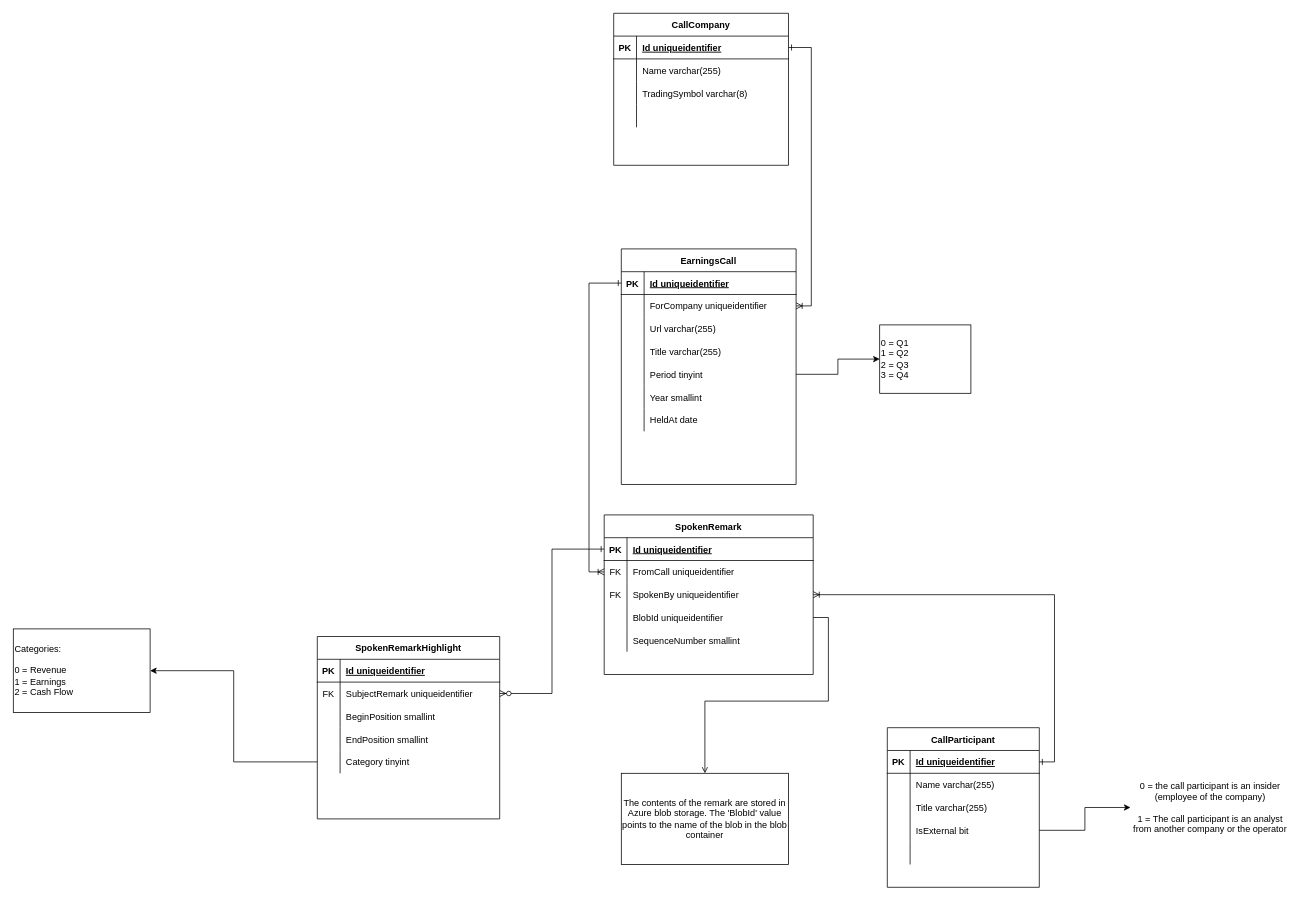
TimHanewich/Aletheia-Engine-Library keeps this draw.io diagram as page "Earnings Calls" (4 of 4) of AletheiaErd.drawio. Above is the earlier version. Source tidied: cells renumbered, new cells numbered last; positions are measured from the earlier drawing's top-left corner, leaving out a move shared by most shapes. Both pictures are drawn from the tidied source at 76%, with x=0, y=0 at pixel (13, 13).
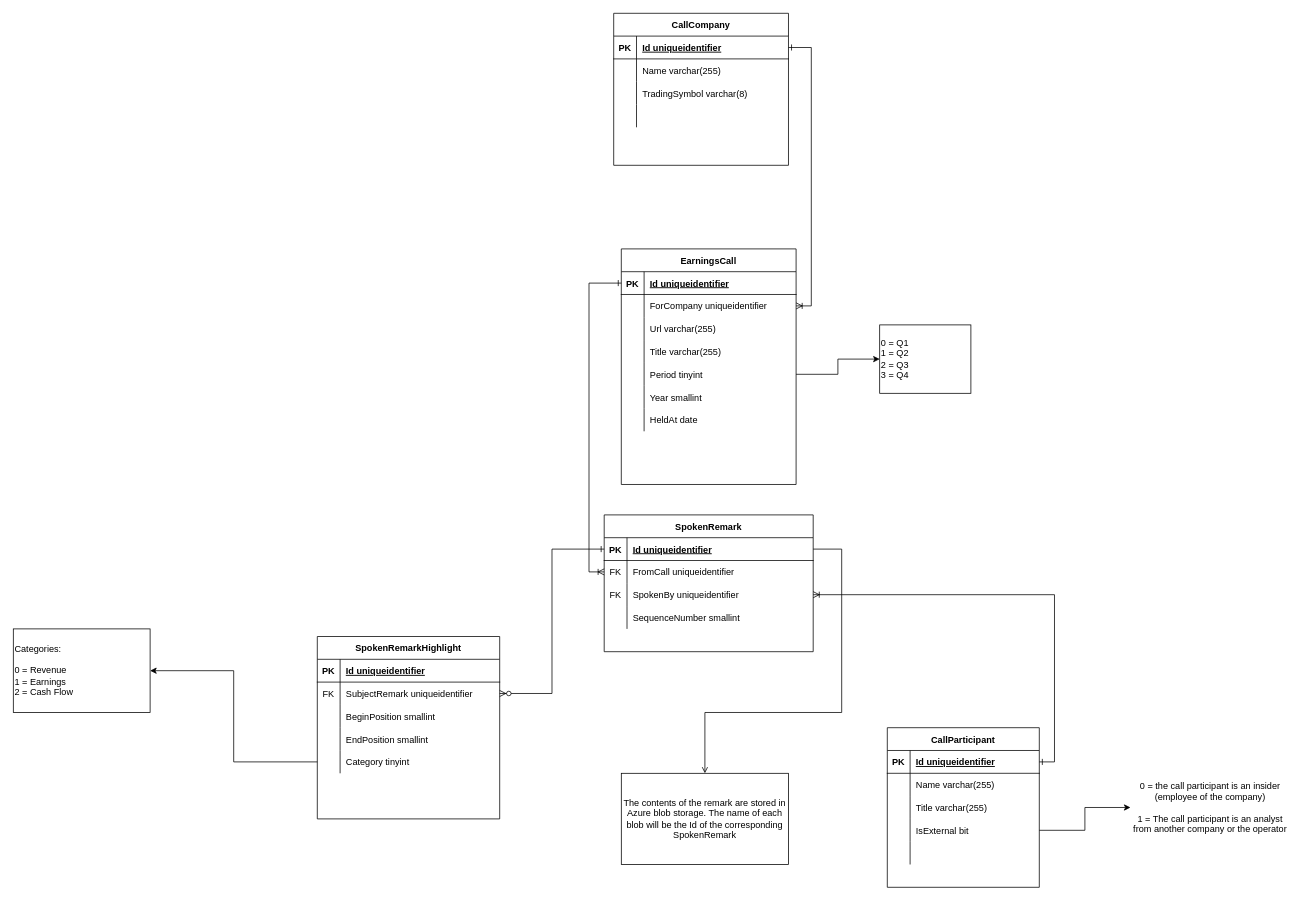
The same diagram, later.

Commit message:
Removed BlobId property from SpokenRemark table

Unchanged cells that the change refers to:
```xml
<mxCell id="54" style="shape=partialRectangle;fillColor=none;top=0;left=0;bottom=1;right=0;points=[[0,0.5],[1,0.5]];portConstraint=eastwest;" parent="53" vertex="1">
  <mxGeometry y="30" width="275" height="30" as="geometry" />
</mxCell>
```

Diff of the diagram source:
```diff
@@
     <mxCell id="53" value="SpokenRemark" style="shape=table;startSize=30;childLayout=tableLayout;rowLines=0;fontStyle=1;align=center;fillColor=none;" parent="1" vertex="1">
-      <mxGeometry x="777.5" y="660" width="275" height="210" as="geometry" />
+      <mxGeometry x="777.5" y="660" width="275" height="180" as="geometry" />
     </mxCell>
@@
-    <mxCell id="63" style="shape=partialRectangle;fillColor=none;top=0;left=0;bottom=0;right=0;points=[[0,0.5],[1,0.5]];portConstraint=eastwest;" parent="53" vertex="1">
-      <mxGeometry y="120" width="275" height="30" as="geometry" />
-    </mxCell>
-    <mxCell id="64" style="shape=partialRectangle;fillColor=none;top=0;left=0;bottom=0;right=0;overflow=hidden;" parent="63" vertex="1">
-      <mxGeometry width="30" height="30" as="geometry" />
-    </mxCell>
-    <mxCell id="65" value="BlobId uniqueidentifier" style="shape=partialRectangle;fillColor=none;top=0;left=0;bottom=0;right=0;align=left;spacingLeft=6;overflow=hidden;" parent="63" vertex="1">
-      <mxGeometry x="30" width="245" height="30" as="geometry" />
-    </mxCell>
     <mxCell id="66" style="shape=partialRectangle;fillColor=none;top=0;left=0;bottom=0;right=0;" parent="53" vertex="1">
-      <mxGeometry y="150" width="275" height="30" as="geometry" />
+      <mxGeometry y="120" width="275" height="30" as="geometry" />
     </mxCell>
@@
-    <mxCell id="72" value="The contents of the remark are stored in Azure blob storage. The 'BlobId' value points to the name of the blob in the blob container" style="rounded=0;whiteSpace=wrap;html=1;align=center;" parent="1" vertex="1">
+    <mxCell id="72" value="The contents of the remark are stored in Azure blob storage. The name of each blob will be the Id of the corresponding SpokenRemark" style="rounded=0;whiteSpace=wrap;html=1;align=center;" parent="1" vertex="1">
       <mxGeometry x="800" y="1000" width="220" height="120" as="geometry" />
     </mxCell>
-    <mxCell id="73" style="edgeStyle=orthogonalEdgeStyle;rounded=0;jettySize=auto;html=1;exitX=1;exitY=0.5;exitDx=0;exitDy=0;entryX=0.5;entryY=0;entryDx=0;entryDy=0;startArrow=none;startFill=0;endArrow=open;endFill=0;" parent="1" edge="1" source="63" target="72">
-      <mxGeometry relative="1" as="geometry" />
+    <mxCell id="73" style="edgeStyle=orthogonalEdgeStyle;rounded=0;jettySize=auto;html=1;exitX=1;exitY=0.5;exitDx=0;exitDy=0;entryX=0.5;entryY=0;entryDx=0;entryDy=0;startArrow=none;startFill=0;endArrow=open;endFill=0;" parent="1" edge="1" source="54" target="72">
+      <mxGeometry relative="1" as="geometry">
+        <Array as="points">
+          <mxPoint x="1090" y="705" />
+          <mxPoint x="1090" y="920" />
+          <mxPoint x="910" y="920" />
+        </Array>
+      </mxGeometry>
     </mxCell>
```
